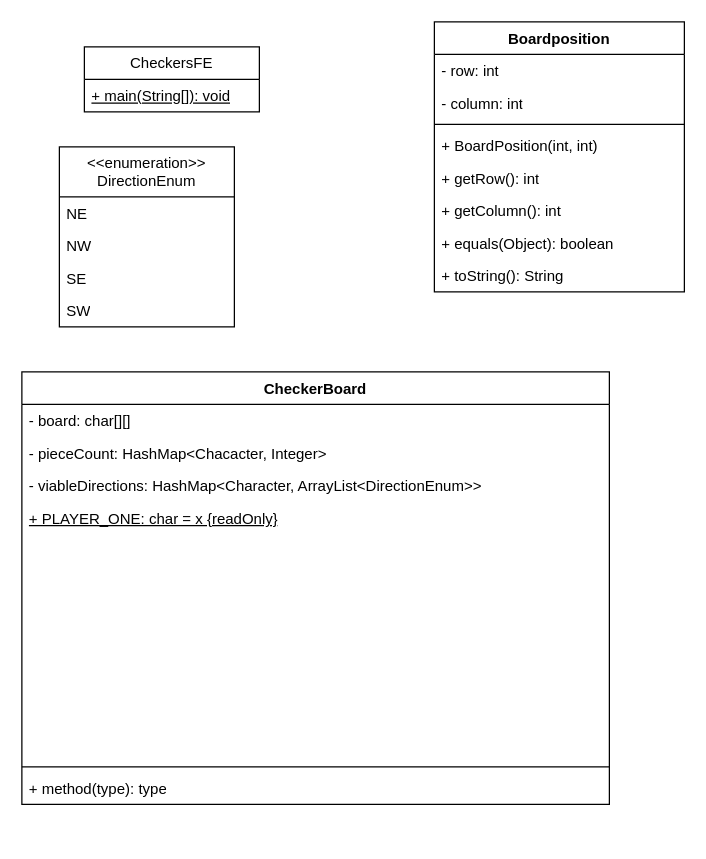
Before: CheckersUML.drawio in ksurisetty11/checkers-project, a draw.io diagram. Source tidied: cells renumbered, new cells numbered last; positions are measured from the earlier drawing's top-left corner, leaving out a move shared by most shapes. Both pictures are drawn from the tidied source at 125%, with x=0, y=0 at pixel (21, 21).
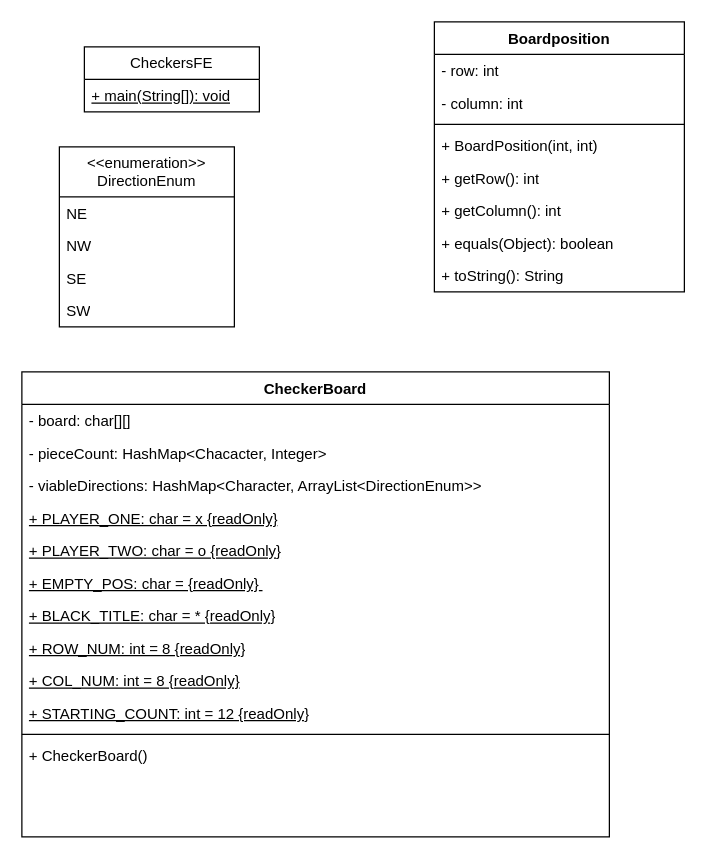
Above is the later version.

Commit message:
Added all vars to CheckerBoard

Change to the diagram source:
```diff
@@
     <mxCell id="11" value="CheckerBoard" style="swimlane;fontStyle=1;align=center;verticalAlign=top;horizontal=1;startSize=26;whiteSpace=wrap;html=1;" parent="1" vertex="1">
-      <mxGeometry y="280" width="470" height="346" as="geometry" />
+      <mxGeometry y="280" width="470" height="372" as="geometry" />
     </mxCell>
@@
-    <mxCell id="16" style="text;strokeColor=none;fillColor=none;align=left;verticalAlign=top;spacingLeft=4;spacingRight=4;overflow=hidden;whiteSpace=wrap;html=1;" parent="11" vertex="1">
+    <mxCell id="16" value="+ PLAYER_TWO: char = o {readOnly}" style="text;strokeColor=none;fillColor=none;align=left;verticalAlign=top;spacingLeft=4;spacingRight=4;overflow=hidden;whiteSpace=wrap;html=1;fontStyle=4;" parent="11" vertex="1">
       <mxGeometry y="130" width="470" height="26" as="geometry" />
     </mxCell>
-    <mxCell id="17" style="text;strokeColor=none;fillColor=none;align=left;verticalAlign=top;spacingLeft=4;spacingRight=4;overflow=hidden;whiteSpace=wrap;html=1;" parent="11" vertex="1">
+    <mxCell id="17" value="+ EMPTY_POS: char = {readOnly}&lt;span style=&quot;background-color: initial;&quot;&gt;&amp;nbsp;&lt;/span&gt;" style="text;strokeColor=none;fillColor=none;align=left;verticalAlign=top;spacingLeft=4;spacingRight=4;overflow=hidden;whiteSpace=wrap;html=1;fontStyle=4;" parent="11" vertex="1">
       <mxGeometry y="156" width="470" height="26" as="geometry" />
     </mxCell>
-    <mxCell id="18" style="text;strokeColor=none;fillColor=none;align=left;verticalAlign=top;spacingLeft=4;spacingRight=4;overflow=hidden;whiteSpace=wrap;html=1;" parent="11" vertex="1">
+    <mxCell id="18" value="+ BLACK_TITLE: char = * {readOnly}" style="text;strokeColor=none;fillColor=none;align=left;verticalAlign=top;spacingLeft=4;spacingRight=4;overflow=hidden;whiteSpace=wrap;html=1;fontStyle=4;" parent="11" vertex="1">
       <mxGeometry y="182" width="470" height="26" as="geometry" />
     </mxCell>
-    <mxCell id="19" style="text;strokeColor=none;fillColor=none;align=left;verticalAlign=top;spacingLeft=4;spacingRight=4;overflow=hidden;whiteSpace=wrap;html=1;" parent="11" vertex="1">
+    <mxCell id="19" value="+ ROW_NUM: int = 8 {readOnly}" style="text;strokeColor=none;fillColor=none;align=left;verticalAlign=top;spacingLeft=4;spacingRight=4;overflow=hidden;whiteSpace=wrap;html=1;fontStyle=4;" parent="11" vertex="1">
       <mxGeometry y="208" width="470" height="26" as="geometry" />
     </mxCell>
-    <mxCell id="20" style="text;strokeColor=none;fillColor=none;align=left;verticalAlign=top;spacingLeft=4;spacingRight=4;overflow=hidden;whiteSpace=wrap;html=1;" parent="11" vertex="1">
+    <mxCell id="20" value="+ COL_NUM: int = 8 {readOnly}" style="text;strokeColor=none;fillColor=none;align=left;verticalAlign=top;spacingLeft=4;spacingRight=4;overflow=hidden;whiteSpace=wrap;html=1;fontStyle=4;" parent="11" vertex="1">
       <mxGeometry y="234" width="470" height="26" as="geometry" />
     </mxCell>
-    <mxCell id="21" style="text;strokeColor=none;fillColor=none;align=left;verticalAlign=top;spacingLeft=4;spacingRight=4;overflow=hidden;whiteSpace=wrap;html=1;" parent="11" vertex="1">
+    <mxCell id="21" value="+ STARTING_COUNT: int = 12 {readOnly}" style="text;strokeColor=none;fillColor=none;align=left;verticalAlign=top;spacingLeft=4;spacingRight=4;overflow=hidden;whiteSpace=wrap;html=1;fontStyle=4;" parent="11" vertex="1">
       <mxGeometry y="260" width="470" height="26" as="geometry" />
     </mxCell>
-    <mxCell id="22" style="text;strokeColor=none;fillColor=none;align=left;verticalAlign=top;spacingLeft=4;spacingRight=4;overflow=hidden;whiteSpace=wrap;html=1;" parent="11" vertex="1">
-      <mxGeometry y="286" width="470" height="26" as="geometry" />
-    </mxCell>
     <mxCell id="23" style="line;strokeWidth=1;fillColor=none;align=left;verticalAlign=middle;spacingTop=-1;spacingLeft=3;spacingRight=3;labelPosition=right;strokeColor=inherit;" parent="11" vertex="1">
-      <mxGeometry y="312" width="470" height="8" as="geometry" />
+      <mxGeometry y="286" width="470" height="8" as="geometry" />
     </mxCell>
-    <mxCell id="24" value="+ method(type): type" style="text;strokeColor=none;fillColor=none;align=left;verticalAlign=top;spacingLeft=4;spacingRight=4;overflow=hidden;whiteSpace=wrap;html=1;" parent="11" vertex="1">
-      <mxGeometry y="320" width="470" height="26" as="geometry" />
+    <mxCell id="24" value="+ CheckerBoard()" style="text;strokeColor=none;fillColor=none;align=left;verticalAlign=top;spacingLeft=4;spacingRight=4;overflow=hidden;whiteSpace=wrap;html=1;" parent="11" vertex="1">
+      <mxGeometry y="294" width="470" height="26" as="geometry" />
     </mxCell>
+    <mxCell id="32" style="text;strokeColor=none;fillColor=none;align=left;verticalAlign=top;spacingLeft=4;spacingRight=4;overflow=hidden;whiteSpace=wrap;html=1;" parent="11" vertex="1">
+      <mxGeometry y="320" width="470" height="26" as="geometry" />
+    </mxCell>
+    <mxCell id="33" style="text;strokeColor=none;fillColor=none;align=left;verticalAlign=top;spacingLeft=4;spacingRight=4;overflow=hidden;whiteSpace=wrap;html=1;" parent="11" vertex="1">
+      <mxGeometry y="346" width="470" height="26" as="geometry" />
+    </mxCell>
```
